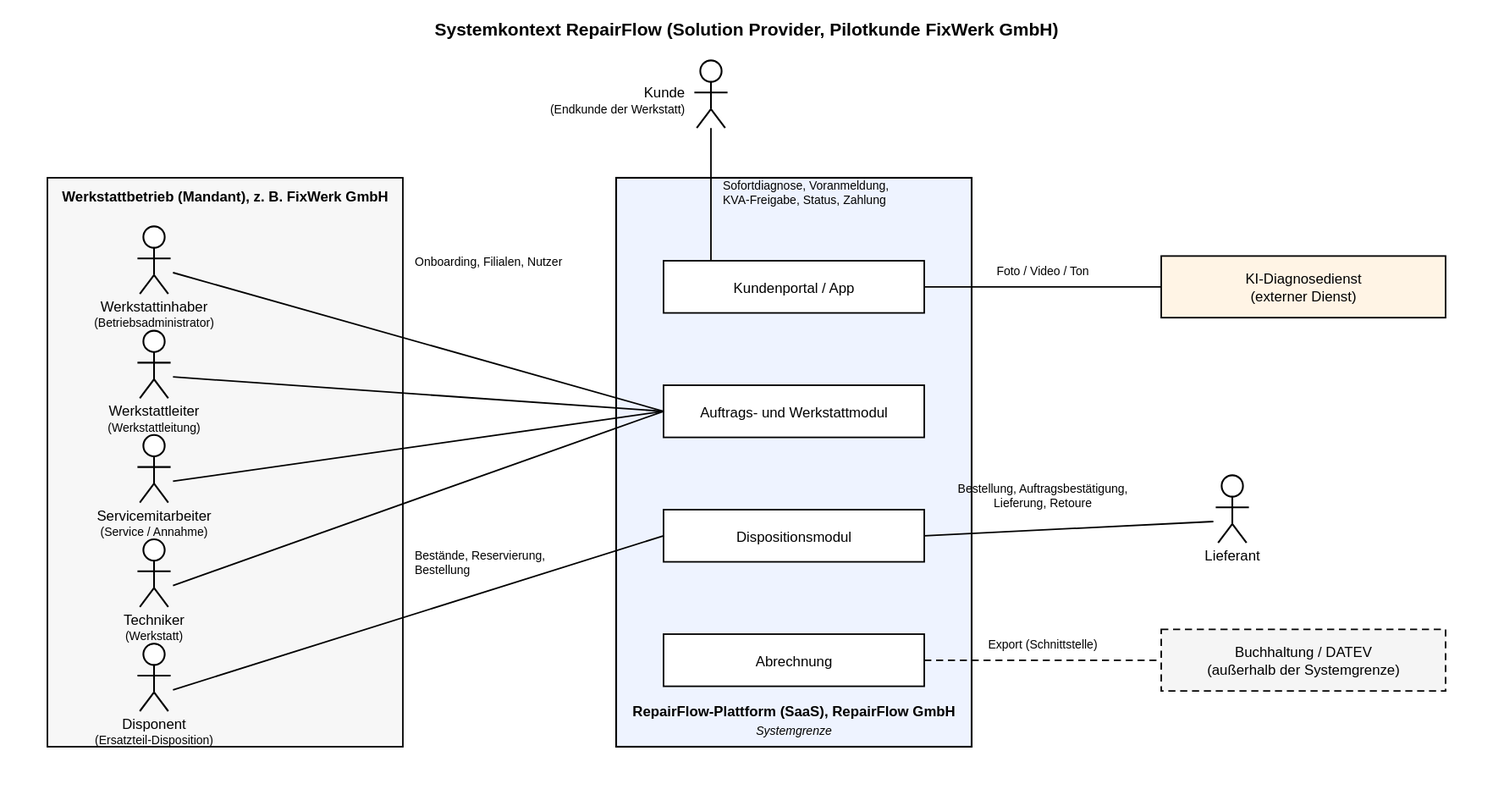
This is 3_doku/systemkontext/systemkontext.svg from jakobschwan123-cmd/casestudy-semester-3, a PlantUML export, as it was before one commit. Its source is kept beside it as 3_doku/systemkontext/systemkontext.puml.
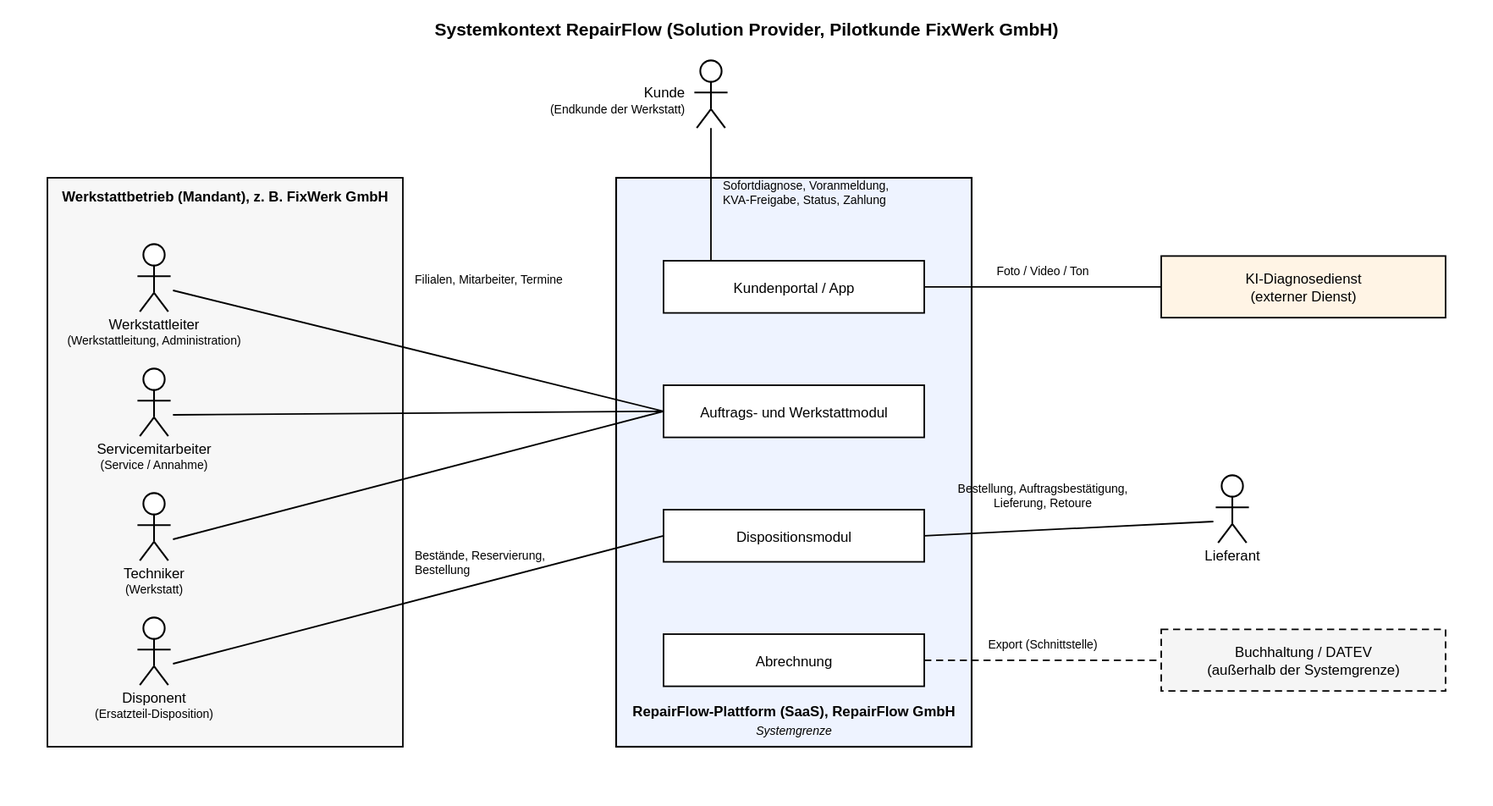
Later version of the same file.

Diff of the diagram source:
```diff
@@ -8,9 +8,8 @@
 rectangle "Werkstattbetrieb (Mandant), z. B. FixWerk GmbH" as WB {
   actor "Servicemitarbeiter\n(Service / Annahme)" as Service
   actor "Techniker" as Techniker
-  actor "Werkstattleiter\n(Werkstattleitung)" as Leitung
+  actor "Werkstattleiter\n(Werkstattleitung, Administration)" as Leitung
   actor "Disponent\n(Ersatzteil-Disposition)" as Dispo
-  actor "Werkstattinhaber" as Inhaber
 }
 rectangle "RepairFlow-Plattform (SaaS)\nRepairFlow GmbH" as RF #EEF3FF {
   rectangle "Kundenportal / App" as App
@@ -23,9 +22,8 @@
 Kunde -- App : Sofortdiagnose, Voranmeldung,\nKVA-Freigabe, Status, Zahlung
 Service -- Auftrag
 Techniker -- Auftrag
-Leitung -- Auftrag
+Leitung -- Auftrag : Filialen, Mitarbeiter, Termine
 Dispo -- DispoM
-Inhaber -- Auftrag : Onboarding, Filialen, Nutzer
 App -- KI : Foto / Video / Ton
 DispoM -- Lieferant : Bestellung, Auftragsbestätigung,\nLieferung, Retoure
 Abr .. DATEV : Export (Schnittstelle)
```
